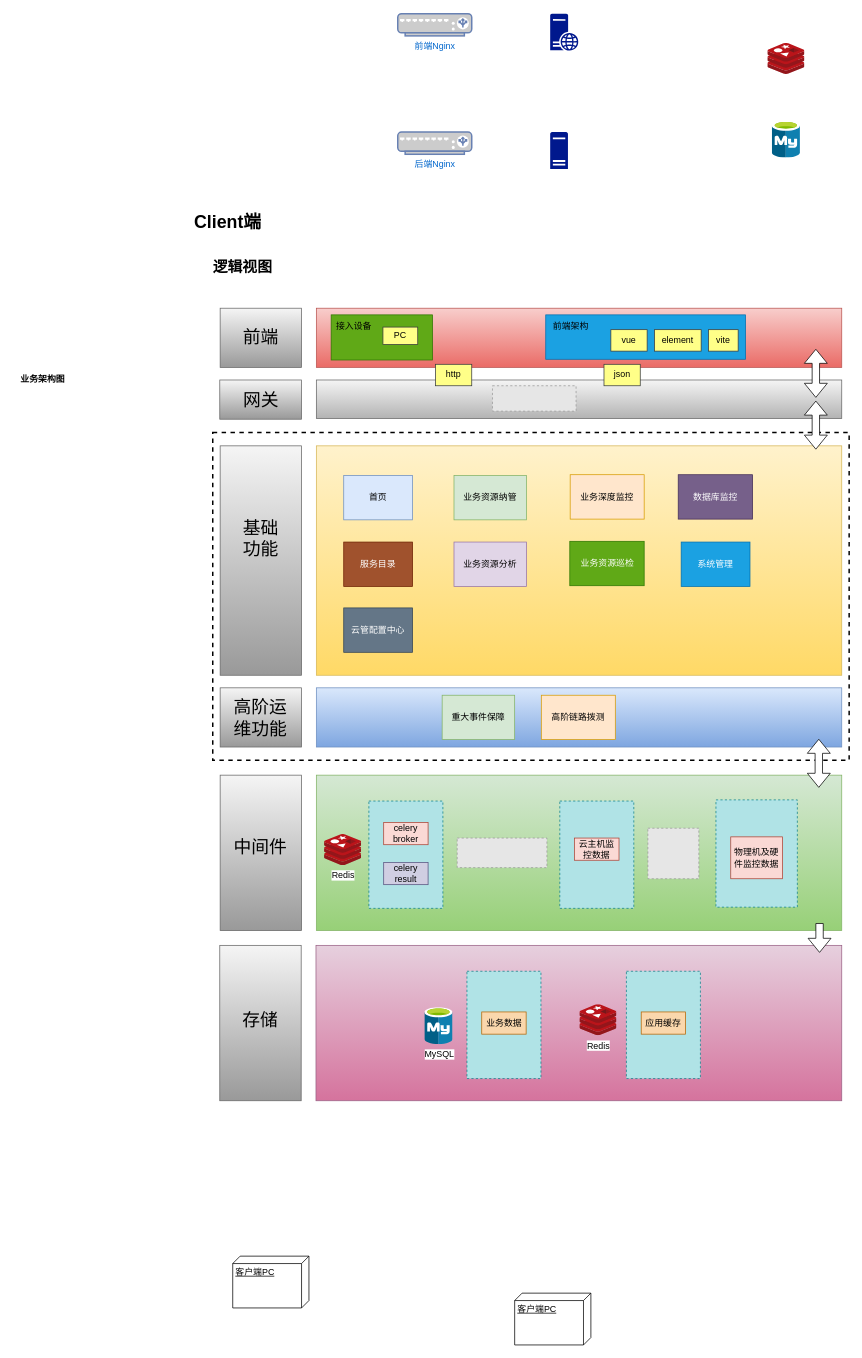
Before: 云管家.drawio in WilliamWanCN/WilliamWanCN.github.io, a draw.io diagram. Source tidied: cells renumbered, new cells numbered last; positions are measured from the earlier drawing's top-left corner, leaving out a move shared by most shapes. Both pictures are drawn from the tidied source at 74%, with x=0, y=0 at pixel (13, 13). Pictures stored in the file or linked from it are replaced by grey dashed boxes.
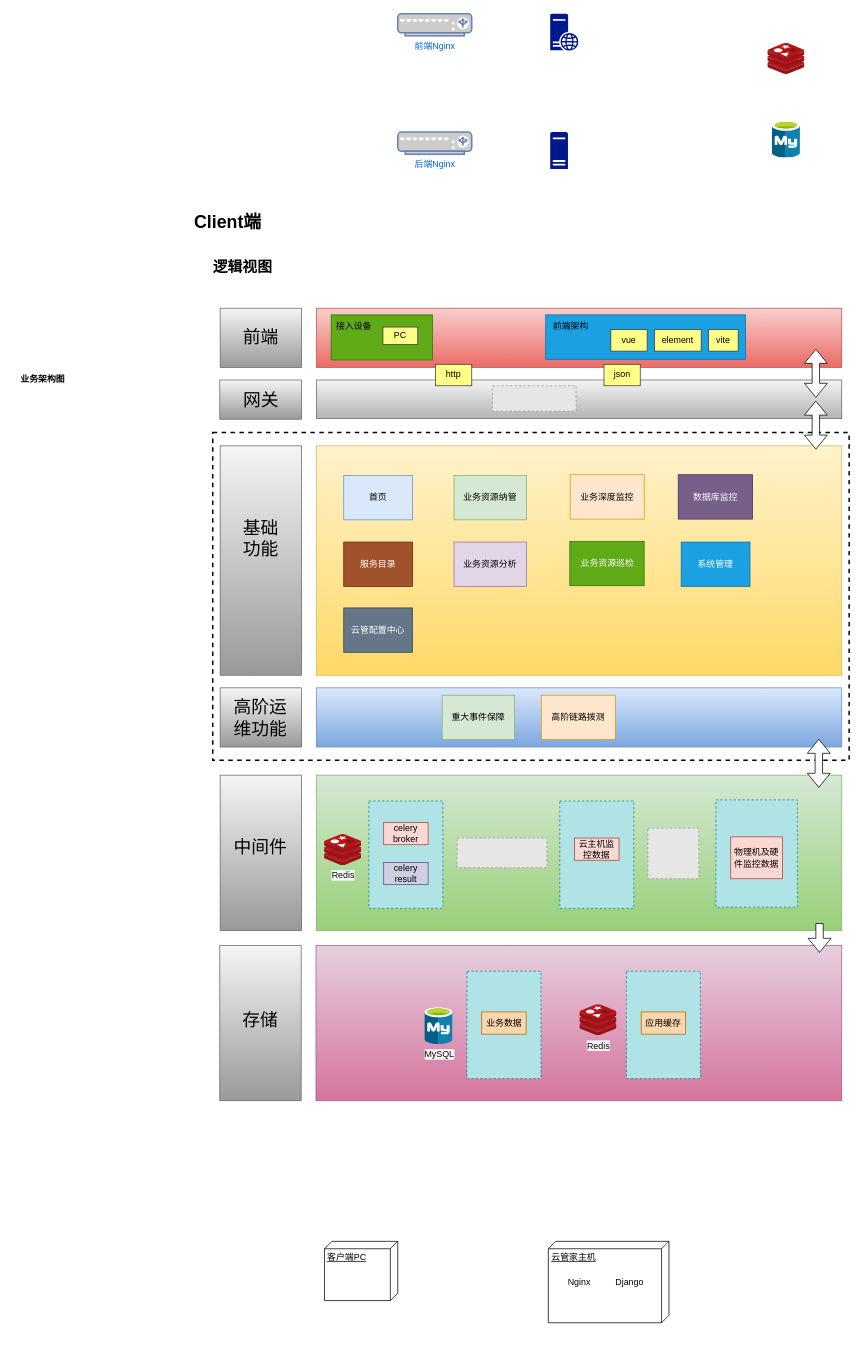
The same diagram, later.

Commit message:
更新云管家.drawio

What changed in the source:
```diff
@@
-    <mxCell id="69" value="客户端PC" style="verticalAlign=top;align=left;spacingTop=8;spacingLeft=2;spacingRight=12;shape=cube;size=10;direction=south;fontStyle=4;html=1;whiteSpace=wrap;" parent="1" vertex="1">
-      <mxGeometry x="297" y="1679" width="103" height="70" as="geometry" />
-    </mxCell>
-    <mxCell id="70" value="客户端PC" style="verticalAlign=top;align=left;spacingTop=8;spacingLeft=2;spacingRight=12;shape=cube;size=10;direction=south;fontStyle=4;html=1;whiteSpace=wrap;" parent="1" vertex="1">
-      <mxGeometry x="678" y="1729" width="103" height="70" as="geometry" />
-    </mxCell>
@@
+    <mxCell id="72" value="客户端PC" style="verticalAlign=top;align=left;spacingTop=8;spacingLeft=2;spacingRight=12;shape=cube;size=10;direction=south;fontStyle=4;html=1;whiteSpace=wrap;" parent="1" vertex="1">
+      <mxGeometry x="421" y="1659" width="99" height="80" as="geometry" />
+    </mxCell>
+    <mxCell id="73" value="云管家主机" style="verticalAlign=top;align=left;spacingTop=8;spacingLeft=2;spacingRight=12;shape=cube;size=10;direction=south;fontStyle=4;html=1;whiteSpace=wrap;" parent="1" vertex="1">
+      <mxGeometry x="723.5" y="1659" width="163" height="110" as="geometry" />
+    </mxCell>
+    <mxCell id="74" value="Nginx" style="text;html=1;align=center;verticalAlign=middle;strokeColor=none;fillColor=none;" parent="1" vertex="1">
+      <mxGeometry x="740" y="1699" width="50" height="30" as="geometry" />
+    </mxCell>
+    <mxCell id="75" value="Django" style="text;html=1;align=center;verticalAlign=middle;strokeColor=none;fillColor=none;" parent="1" vertex="1">
+      <mxGeometry x="802.5" y="1699" width="60" height="30" as="geometry" />
+    </mxCell>
```
